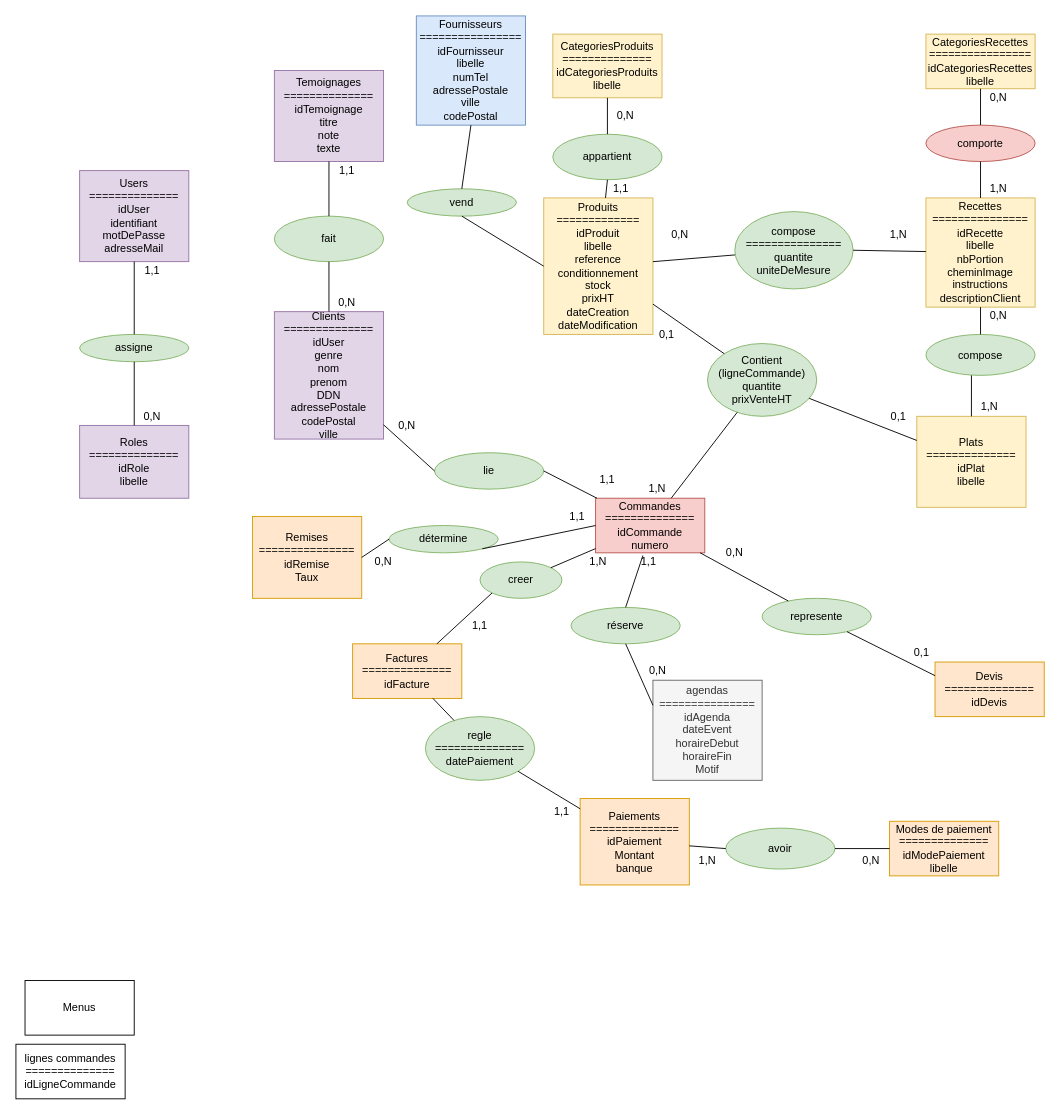
Earlier version of the draw.io diagram Documents/mcd_H2NCook(2).drawio (Quentin2706/H2NCook). Source tidied: cells renumbered, new cells numbered last; positions are measured from the earlier drawing's top-left corner, leaving out a move shared by most shapes. Both pictures are drawn from the tidied source at 91%, with x=0, y=0 at pixel (15, 15).
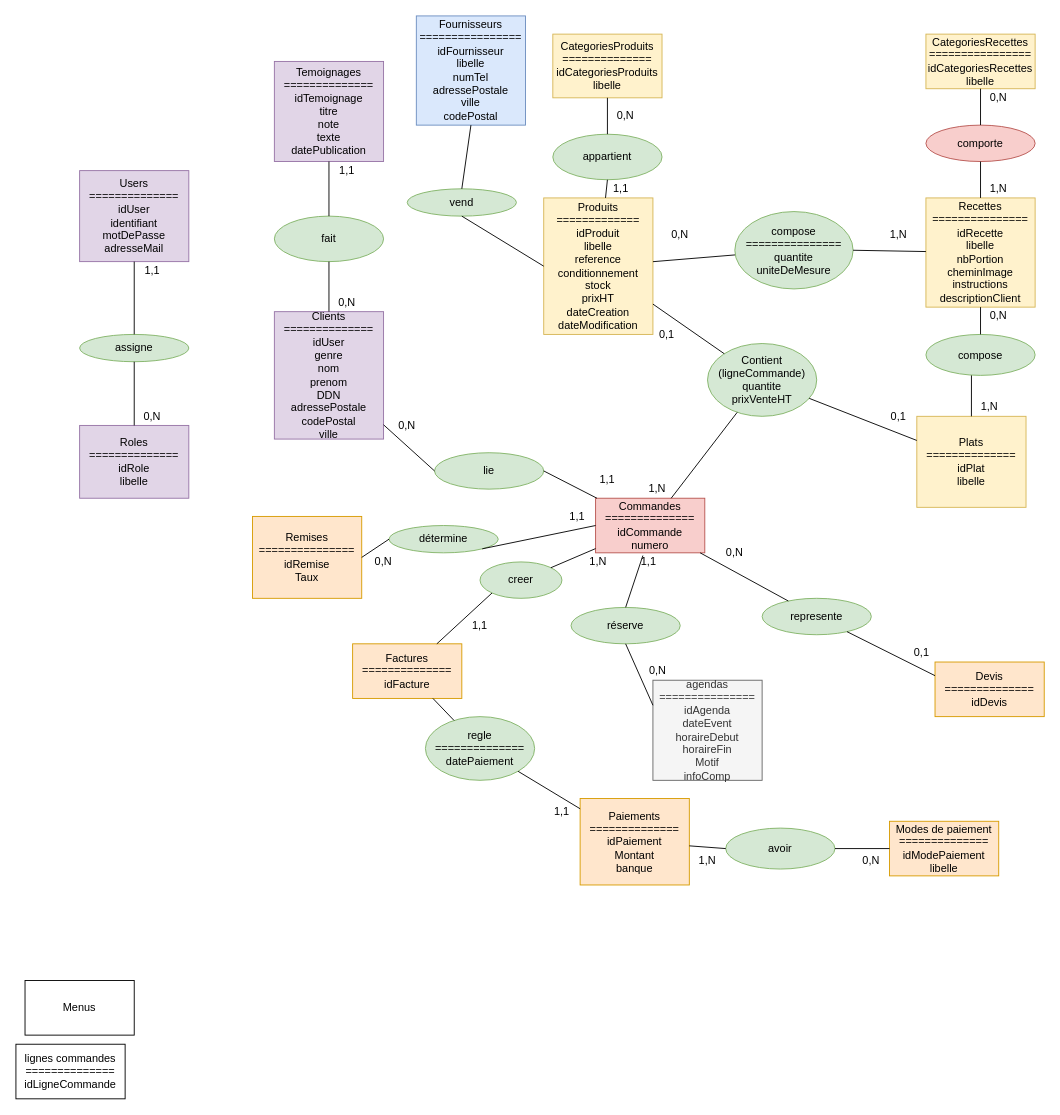
The same diagram, later.

Diff of the diagram source:
```diff
@@
-    <mxCell id="9" value="Temoignages&lt;br&gt;==============&lt;br&gt;idTemoignage&lt;br&gt;titre&lt;br&gt;note&lt;br&gt;texte&lt;br&gt;" style="rounded=0;whiteSpace=wrap;html=1;fillColor=#e1d5e7;strokeColor=#9673a6;" parent="1" vertex="1">
-      <mxGeometry x="284" y="60" width="120" height="100" as="geometry" />
+    <mxCell id="9" value="Temoignages&lt;br&gt;==============&lt;br&gt;idTemoignage&lt;br&gt;titre&lt;br&gt;note&lt;br&gt;texte&lt;br&gt;datePublication" style="rounded=0;whiteSpace=wrap;html=1;fillColor=#e1d5e7;strokeColor=#9673a6;" parent="1" vertex="1">
+      <mxGeometry x="284" y="50" width="120" height="110" as="geometry" />
     </mxCell>
@@
-    <mxCell id="14" value="agendas&lt;br&gt;===============&lt;br&gt;idAgenda&lt;br&gt;dateEvent&lt;br&gt;horaireDebut&lt;br&gt;horaireFin&lt;br&gt;Motif" style="rounded=0;whiteSpace=wrap;html=1;fillColor=#f5f5f5;strokeColor=#666666;fontColor=#333333;" parent="1" vertex="1">
+    <mxCell id="14" value="agendas&lt;br&gt;===============&lt;br&gt;idAgenda&lt;br&gt;dateEvent&lt;br&gt;horaireDebut&lt;br&gt;horaireFin&lt;br&gt;Motif&lt;br&gt;infoComp" style="rounded=0;whiteSpace=wrap;html=1;fillColor=#f5f5f5;strokeColor=#666666;fontColor=#333333;" parent="1" vertex="1">
       <mxGeometry x="700" y="730" width="120" height="110" as="geometry" />
     </mxCell>
```
